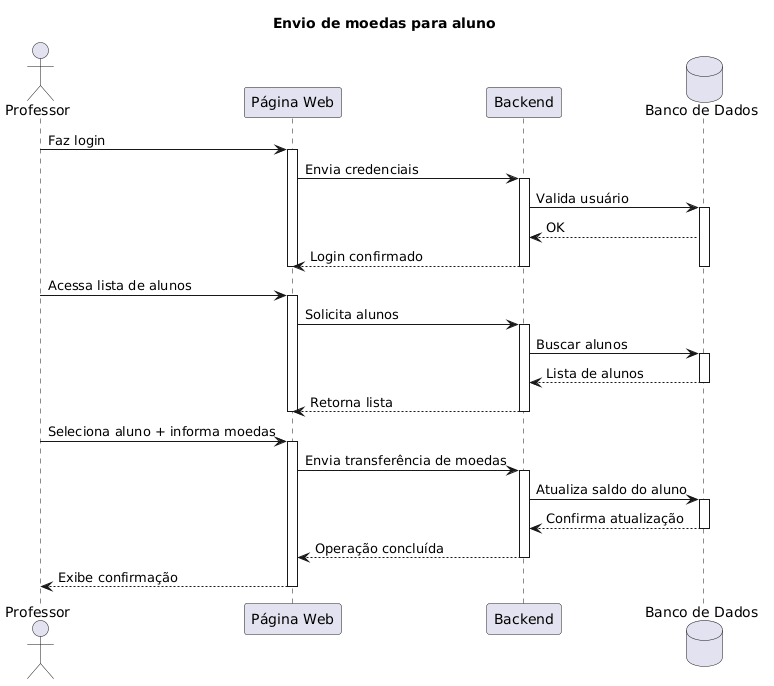
This is docs/sequence-diagrams/EnvioMoedaProfessor.png from jjoaom/PS-PUCMG-StudentCoin, a PlantUML export, as it was before one commit.
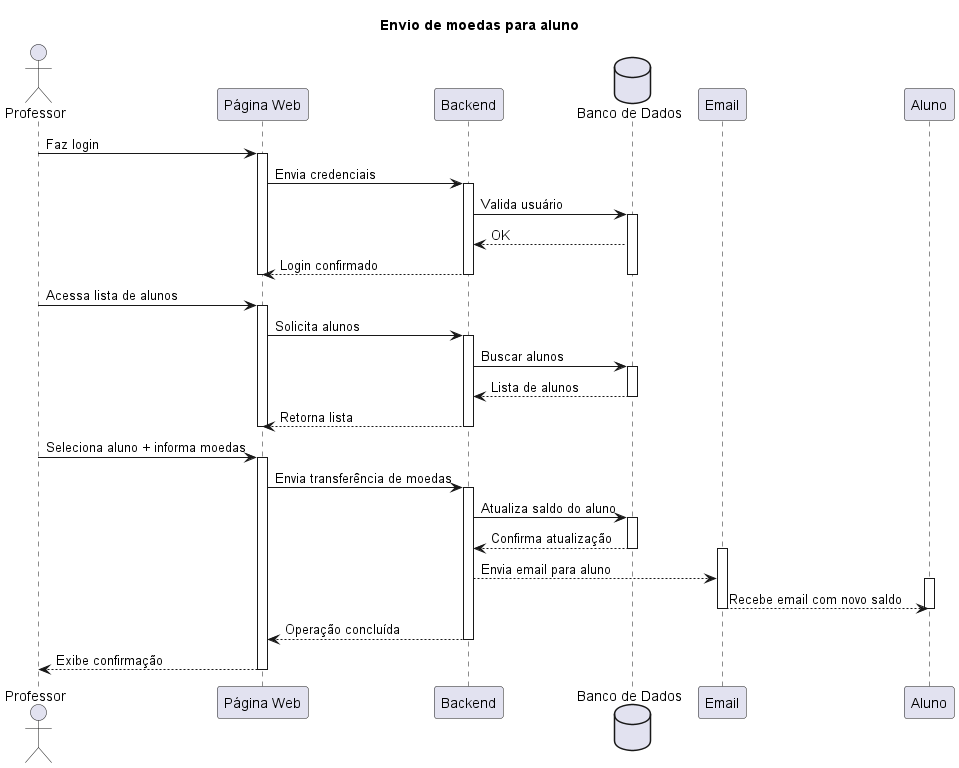
The same diagram one commit later.

Diff of the diagram source:
```diff
@@ -5,6 +5,8 @@
 participant "Página Web" as Frontend
 participant "Backend" as Backend
 database "Banco de Dados" as DB
+participant Email
+participant Aluno
 
 Professor -> Frontend: Faz login
 activate Frontend
@@ -40,8 +42,15 @@
 activate DB
 DB --> Backend: Confirma atualização
 deactivate DB
+activate Email
+Backend --> Email: Envia email para aluno
+activate Aluno
+Email --> Aluno: Recebe email com novo saldo
+deactivate Email
+deactivate Aluno
 Backend --> Frontend: Operação concluída
 deactivate Backend
 Frontend --> Professor: Exibe confirmação
 deactivate Frontend
+
 @enduml
```
